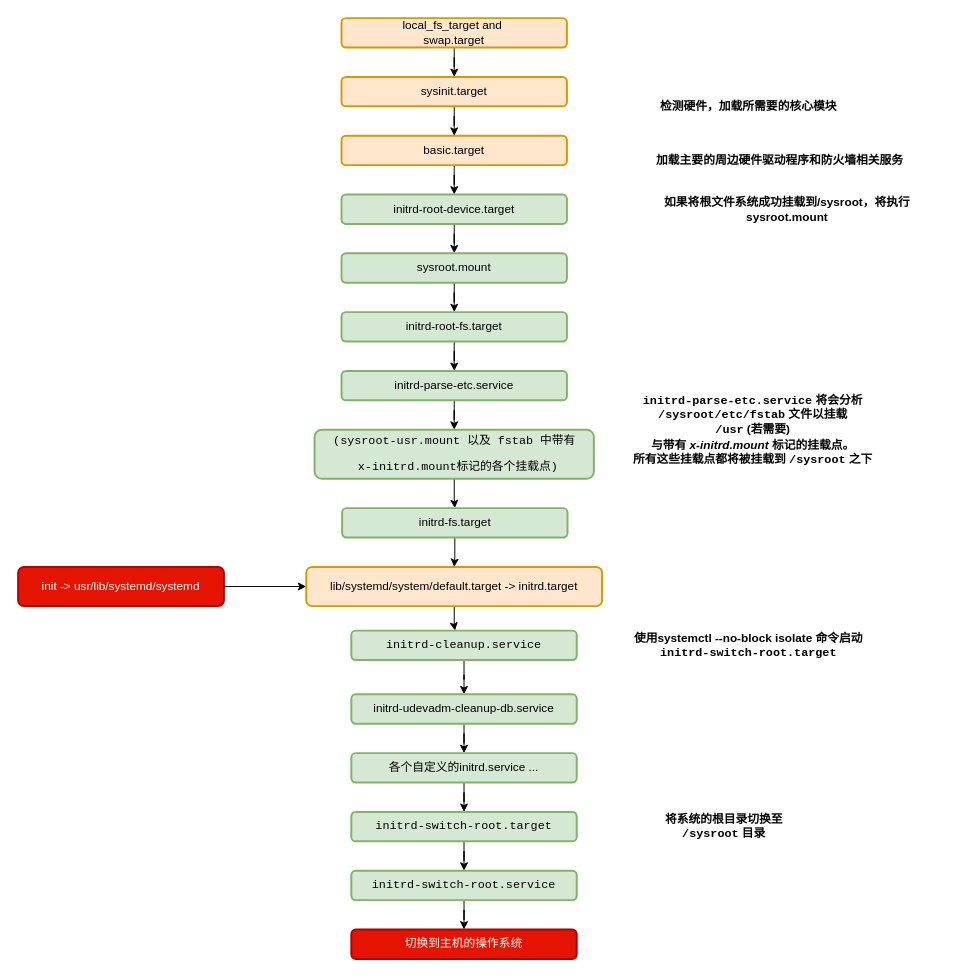
The draw.io diagram page "initramfs中的systemd" (1 of 2) of systemd.drawio in wangzhitao1997/drawio, before the edit. Source tidied: cells renumbered, new cells numbered last; positions are measured from the earlier drawing's top-left corner, leaving out a move shared by most shapes. Both pictures are drawn from the tidied source at 98%, with x=0, y=0 at pixel (18, 18).
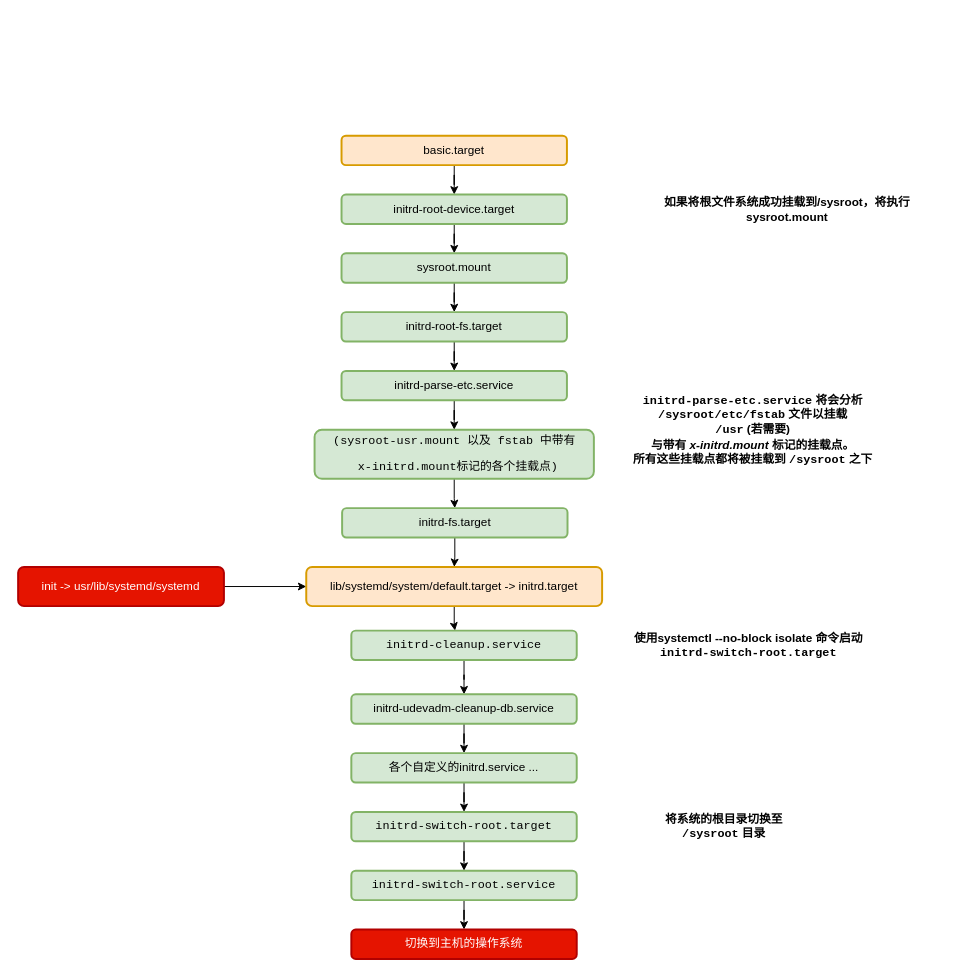
The same page after the edit.

Unchanged cells that the change refers to:
```xml
<mxCell id="7" value="basic.target" style="rounded=1;whiteSpace=wrap;html=1;strokeWidth=2;fillColor=#ffe6cc;strokeColor=#d79b00;" parent="1" vertex="1">
  <mxGeometry x="330" y="120" width="230" height="30" as="geometry" />
</mxCell>
```

Change to the diagram source:
```diff
@@
-    <mxCell id="20" style="edgeStyle=orthogonalEdgeStyle;rounded=0;jettySize=auto;html=1;" parent="1" edge="1" source="21" target="7">
-      <mxGeometry relative="1" as="geometry" />
-    </mxCell>
-    <mxCell id="21" value="sysinit.target" style="rounded=1;whiteSpace=wrap;html=1;strokeWidth=2;fillColor=#ffe6cc;strokeColor=#d79b00;" parent="1" vertex="1">
-      <mxGeometry x="330" y="60" width="230" height="30" as="geometry" />
-    </mxCell>
-    <mxCell id="22" style="edgeStyle=orthogonalEdgeStyle;rounded=0;jettySize=auto;html=1;entryX=0.5;entryY=0;entryDx=0;entryDy=0;" parent="1" edge="1" source="23" target="21">
-      <mxGeometry relative="1" as="geometry" />
-    </mxCell>
-    <mxCell id="23" value="local_fs_target and&amp;nbsp;&lt;br&gt;swap.target" style="rounded=1;whiteSpace=wrap;html=1;strokeWidth=2;fillColor=#ffe6cc;strokeColor=#d79b00;" parent="1" vertex="1">
-      <mxGeometry x="330" width="230" height="30" as="geometry" />
-    </mxCell>
@@
-    <mxCell id="39" value="加载主要的周边硬件驱动程序和防火墙相关服务" style="text;html=1;strokeColor=none;fillColor=none;align=center;verticalAlign=middle;whiteSpace=wrap;rounded=0;fontStyle=1;" parent="1" vertex="1">
-      <mxGeometry x="635" y="130" width="285" height="30" as="geometry" />
-    </mxCell>
-    <mxCell id="40" value="&lt;b&gt;检测硬件，加载所需要的核心模块&lt;/b&gt;" style="text;html=1;align=center;verticalAlign=middle;strokeColor=none;fillColor=none;fontColor=#000000;" parent="1" vertex="1">
-      <mxGeometry x="645" y="80" width="200" height="20" as="geometry" />
-    </mxCell>
```
